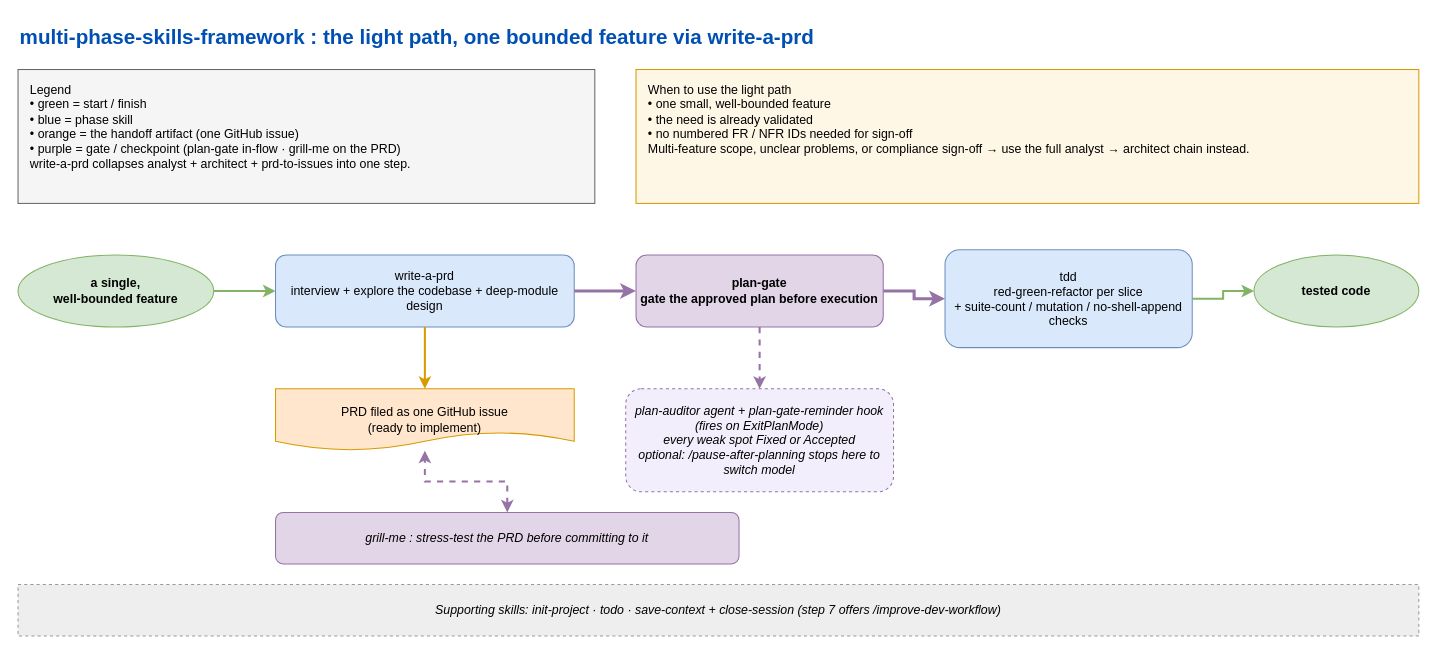
Earlier version of the draw.io diagram docs/framework-flows-light.drawio (eranw2000/multi-phase-skills-framework). Source tidied: cells renumbered, new cells numbered last; positions are measured from the earlier drawing's top-left corner, leaving out a move shared by most shapes. Both pictures are drawn from the tidied source at 103%, with x=0, y=0 at pixel (18, 18).
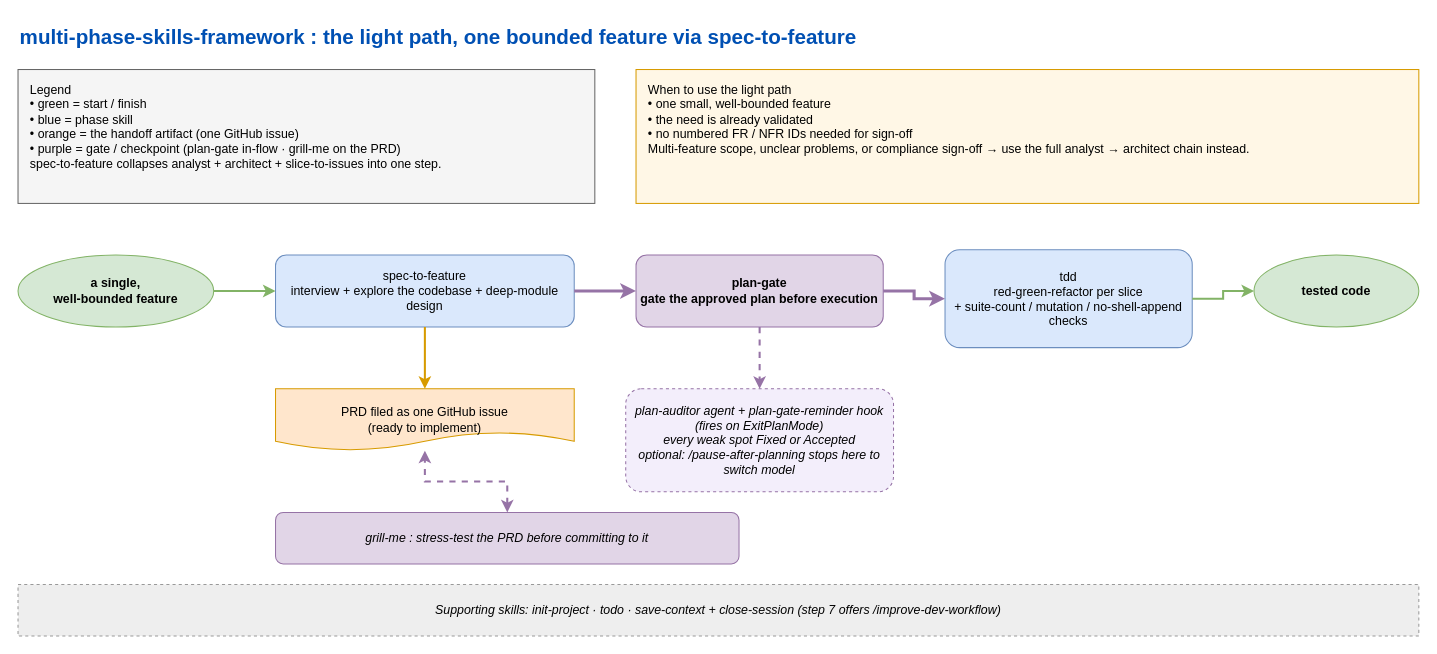
The same page after the edit.

What changed in the source:
```diff
@@
-    <mxCell id="2" value="multi-phase-skills-framework : the light path, one bounded feature via write-a-prd" style="text;html=1;fontSize=20;fontStyle=1;fontColor=#0050b3;align=left;verticalAlign=middle;" parent="1" vertex="1">
+    <mxCell id="2" value="multi-phase-skills-framework : the light path, one bounded feature via spec-to-feature" style="text;html=1;fontSize=20;fontStyle=1;fontColor=#0050b3;align=left;verticalAlign=middle;" parent="1" vertex="1">
       <mxGeometry width="1360" height="36" as="geometry" />
     </mxCell>
-    <mxCell id="3" value="Legend&#10;• green = start / finish&#10;• blue = phase skill&#10;• orange = the handoff artifact (one GitHub issue)&#10;• purple = gate / checkpoint (plan-gate in-flow · grill-me on the PRD)&#10;write-a-prd collapses analyst + architect + prd-to-issues into one step." style="rounded=0;fillColor=#f5f5f5;strokeColor=#666666;fontStyle=0;verticalAlign=top;align=left;spacingLeft=10;spacingTop=6;whiteSpace=wrap;html=1;fontFamily=Helvetica;" parent="1" vertex="1">
+    <mxCell id="3" value="Legend&#10;• green = start / finish&#10;• blue = phase skill&#10;• orange = the handoff artifact (one GitHub issue)&#10;• purple = gate / checkpoint (plan-gate in-flow · grill-me on the PRD)&#10;spec-to-feature collapses analyst + architect + slice-to-issues into one step." style="rounded=0;fillColor=#f5f5f5;strokeColor=#666666;fontStyle=0;verticalAlign=top;align=left;spacingLeft=10;spacingTop=6;whiteSpace=wrap;html=1;fontFamily=Helvetica;" parent="1" vertex="1">
       <mxGeometry y="50" width="560" height="130" as="geometry" />
     </mxCell>
@@
-    <mxCell id="6" value="write-a-prd&#10;interview + explore the codebase + deep-module design" style="rounded=1;fillColor=#dae8fc;strokeColor=#6c8ebf;html=1;whiteSpace=wrap;" parent="1" vertex="1">
+    <mxCell id="6" value="spec-to-feature&#10;interview + explore the codebase + deep-module design" style="rounded=1;fillColor=#dae8fc;strokeColor=#6c8ebf;html=1;whiteSpace=wrap;" parent="1" vertex="1">
       <mxGeometry x="250" y="230" width="290" height="70" as="geometry" />
     </mxCell>
```
